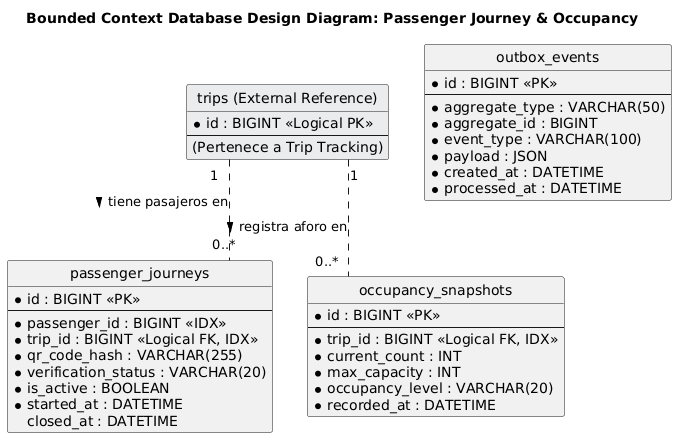
upc-pre-202620-1acc0238-4939-dreamteam/dreamteam-report keeps this PlantUML diagram as docs/database/passenger-db.png. Above is the earlier version. Its diagram source:
```plantuml
@startuml
hide circle
skinparam linetype ortho
skinparam EntityBackgroundColor #F4F6F7
skinparam EntityBorderColor #2C3E50
skinparam EntityHeaderBackgroundColor #D5D8DC

title Bounded Context Database Design Diagram: Passenger Journey & Occupancy

entity "trips (External Reference)" as external_trips #EAECEE {
  * id : BIGINT <<Logical PK>>
  --
  (Pertenece a Trip Tracking)
}

entity "passenger_journeys" as journeys {
  * id : BIGINT <<PK>>
  --
  * passenger_id : BIGINT <<IDX>>
  * trip_id : BIGINT <<Logical FK, IDX>>
  * qr_code_hash : VARCHAR(255)
  * verification_status : VARCHAR(20)
  * is_active : BOOLEAN
  * started_at : DATETIME
    closed_at : DATETIME
}

entity "occupancy_snapshots" as occupancy {
  * id : BIGINT <<PK>>
  --
  * trip_id : BIGINT <<Logical FK, IDX>>
  * current_count : INT
  * max_capacity : INT
  * occupancy_level : VARCHAR(20)
  * recorded_at : DATETIME
}

entity "outbox_events" as outbox {
  * id : BIGINT <<PK>>
  --
  * aggregate_type : VARCHAR(50)
  * aggregate_id : BIGINT
  * event_type : VARCHAR(100)
  * payload : JSON
  * created_at : DATETIME
  * processed_at : DATETIME
}

external_trips "1" .. "0..*" journeys : "tiene pasajeros en >"
external_trips "1" .. "0..*" occupancy : "registra aforo en >"
@enduml
```
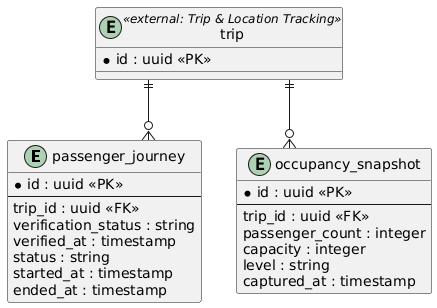
The same diagram one commit later.

The edit, as a diff of the source:
```diff
@@ -1,51 +1,31 @@
 @startuml
-hide circle
 skinparam linetype ortho
-skinparam EntityBackgroundColor #F4F6F7
-skinparam EntityBorderColor #2C3E50
-skinparam EntityHeaderBackgroundColor #D5D8DC
 
-title Bounded Context Database Design Diagram: Passenger Journey & Occupancy
-
-entity "trips (External Reference)" as external_trips #EAECEE {
-  * id : BIGINT <<Logical PK>>
+entity "passenger_journey" as passenger_journey {
+  * id : uuid <<PK>>
   --
-  (Pertenece a Trip Tracking)
+  trip_id : uuid <<FK>>
+  verification_status : string
+  verified_at : timestamp
+  status : string
+  started_at : timestamp
+  ended_at : timestamp
 }
 
-entity "passenger_journeys" as journeys {
-  * id : BIGINT <<PK>>
+entity "occupancy_snapshot" as occupancy_snapshot {
+  * id : uuid <<PK>>
   --
-  * passenger_id : BIGINT <<IDX>>
-  * trip_id : BIGINT <<Logical FK, IDX>>
-  * qr_code_hash : VARCHAR(255)
-  * verification_status : VARCHAR(20)
-  * is_active : BOOLEAN
-  * started_at : DATETIME
-    closed_at : DATETIME
+  trip_id : uuid <<FK>>
+  passenger_count : integer
+  capacity : integer
+  level : string
+  captured_at : timestamp
 }
 
-entity "occupancy_snapshots" as occupancy {
-  * id : BIGINT <<PK>>
-  --
-  * trip_id : BIGINT <<Logical FK, IDX>>
-  * current_count : INT
-  * max_capacity : INT
-  * occupancy_level : VARCHAR(20)
-  * recorded_at : DATETIME
+entity "trip" as trip <<external: Trip & Location Tracking>> {
+  * id : uuid <<PK>>
 }
 
-entity "outbox_events" as outbox {
-  * id : BIGINT <<PK>>
-  --
-  * aggregate_type : VARCHAR(50)
-  * aggregate_id : BIGINT
-  * event_type : VARCHAR(100)
-  * payload : JSON
-  * created_at : DATETIME
-  * processed_at : DATETIME
-}
-
-external_trips "1" .. "0..*" journeys : "tiene pasajeros en >"
-external_trips "1" .. "0..*" occupancy : "registra aforo en >"
+trip ||--o{ passenger_journey
+trip ||--o{ occupancy_snapshot
 @enduml
```
